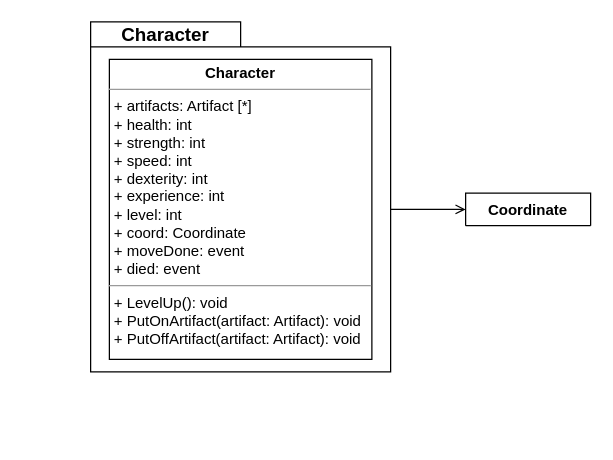
Before: page "Character" (2 of 8) of Roguelike/roguelike.drawio in victoriafomina/Software-Design, a draw.io diagram. Source tidied: cells renumbered, new cells numbered last; positions are measured from the earlier drawing's top-left corner, leaving out a move shared by most shapes. Both pictures are drawn from the tidied source at 125%, with x=0, y=0 at pixel (90, 21).
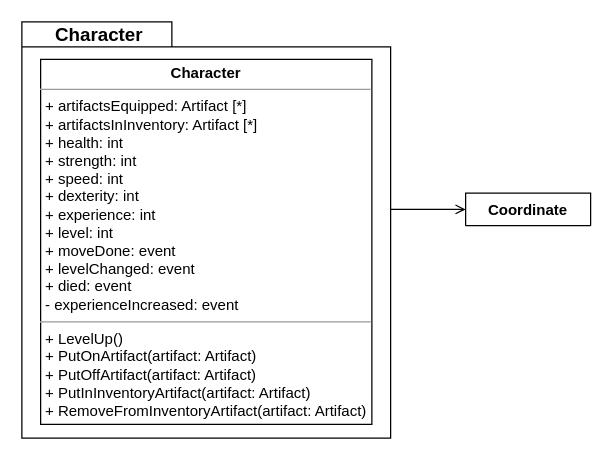
Above is the later version.

Diff of the diagram source:
```diff
@@
 <mxGraphModel>
   <root>
     <mxCell id="0" />
     <mxCell id="1" parent="0" />
-    <mxCell id="2" style="edgeStyle=orthogonalEdgeStyle;rounded=0;jettySize=auto;html=1;exitX=0;exitY=0;exitDx=240;exitDy=150;exitPerimeter=0;entryX=0;entryY=0.5;entryDx=0;entryDy=0;fontSize=15;startArrow=none;startFill=0;endArrow=open;endFill=0;" parent="1" edge="1" source="3" target="6">
+    <mxCell id="2" style="edgeStyle=orthogonalEdgeStyle;rounded=0;jettySize=auto;html=1;exitX=0;exitY=0;exitDx=211;exitDy=150;exitPerimeter=0;entryX=0;entryY=0.5;entryDx=0;entryDy=0;fontSize=15;startArrow=none;startFill=0;endArrow=open;endFill=0;" parent="1" edge="1" source="3" target="6">
       <mxGeometry relative="1" as="geometry" />
     </mxCell>
     <mxCell id="3" style="shape=folder;fontStyle=1;spacingTop=10;tabWidth=120;tabHeight=20;tabPosition=left;html=1;fontSize=15;" parent="1" vertex="1">
-      <mxGeometry width="240" height="280" as="geometry" />
+      <mxGeometry x="-55" width="295" height="333" as="geometry" />
     </mxCell>
     <mxCell id="4" value="&lt;b&gt;&lt;font style=&quot;font-size: 15px&quot;&gt;Character&lt;/font&gt;&lt;/b&gt;" style="text;html=1;strokeColor=none;fillColor=none;align=center;verticalAlign=middle;whiteSpace=wrap;rounded=0;" parent="1" vertex="1">
-      <mxGeometry x="30" width="60" height="20" as="geometry" />
+      <mxGeometry x="-23" width="60" height="20" as="geometry" />
     </mxCell>
-    <mxCell id="5" value="&lt;p style=&quot;margin: 0px ; margin-top: 4px ; text-align: center&quot;&gt;&lt;b&gt;Character&lt;/b&gt;&lt;/p&gt;&lt;hr size=&quot;1&quot;&gt;&lt;p style=&quot;margin: 0px ; margin-left: 4px&quot;&gt;+ artifacts: Artifact [*]&lt;br&gt;+ health: int&lt;br&gt;+ strength: int&lt;br&gt;+ speed: int&lt;/p&gt;&lt;p style=&quot;margin: 0px ; margin-left: 4px&quot;&gt;+ dexterity: int&lt;br&gt;+ experience: int&lt;/p&gt;&lt;p style=&quot;margin: 0px ; margin-left: 4px&quot;&gt;+ level: int&lt;br&gt;+ coord: Coordinate&lt;br&gt;+ moveDone: event&lt;br&gt;+ died: event&lt;/p&gt;&lt;hr size=&quot;1&quot;&gt;&lt;p style=&quot;margin: 0px ; margin-left: 4px&quot;&gt;+ LevelUp(): void&lt;br&gt;+ PutOnArtifact(artifact: Artifact): void&lt;br&gt;+ PutOffArtifact(artifact: Artifact): void&lt;/p&gt;" style="verticalAlign=top;align=left;overflow=fill;fontSize=12;fontFamily=Helvetica;html=1;" parent="1" vertex="1">
-      <mxGeometry x="15" y="30" width="210" height="240" as="geometry" />
+    <mxCell id="5" value="&lt;p style=&quot;margin: 0px ; margin-top: 4px ; text-align: center&quot;&gt;&lt;b&gt;Character&lt;/b&gt;&lt;/p&gt;&lt;hr size=&quot;1&quot;&gt;&lt;p style=&quot;margin: 0px ; margin-left: 4px&quot;&gt;+ artifactsEquipped: Artifact [*]&lt;br&gt;+ artifactsInInventory: Artifact [*]&lt;br&gt;+ health: int&lt;br&gt;+ strength: int&lt;br&gt;+ speed: int&lt;/p&gt;&lt;p style=&quot;margin: 0px ; margin-left: 4px&quot;&gt;+ dexterity: int&lt;br&gt;+ experience: int&lt;/p&gt;&lt;p style=&quot;margin: 0px ; margin-left: 4px&quot;&gt;+ level: int&lt;br&gt;+ moveDone: event&lt;br&gt;+ levelChanged: event&lt;br&gt;+ died: event&lt;/p&gt;&lt;p style=&quot;margin: 0px ; margin-left: 4px&quot;&gt;- experienceIncreased: event&lt;/p&gt;&lt;hr size=&quot;1&quot;&gt;&lt;p style=&quot;margin: 0px ; margin-left: 4px&quot;&gt;+ LevelUp()&lt;br&gt;+ PutOnArtifact(artifact: Artifact)&lt;br&gt;+ PutOffArtifact(artifact: Artifact)&lt;br&gt;+ PutInInventoryArtifact(artifact: Artifact)&lt;br&gt;+ RemoveFromInventoryArtifact(artifact: Artifact)&lt;/p&gt;" style="verticalAlign=top;align=left;overflow=fill;fontSize=12;fontFamily=Helvetica;html=1;" parent="1" vertex="1">
+      <mxGeometry x="-40" y="30" width="265" height="292" as="geometry" />
     </mxCell>
     <mxCell id="6" value="Coordinate" style="swimlane;fontStyle=1;align=center;verticalAlign=top;horizontal=1;startSize=26;" parent="1" vertex="1" collapsed="1">
       <mxGeometry x="300" y="137" width="100" height="26" as="geometry" />
     </mxCell>
   </root>
 </mxGraphModel>
```
